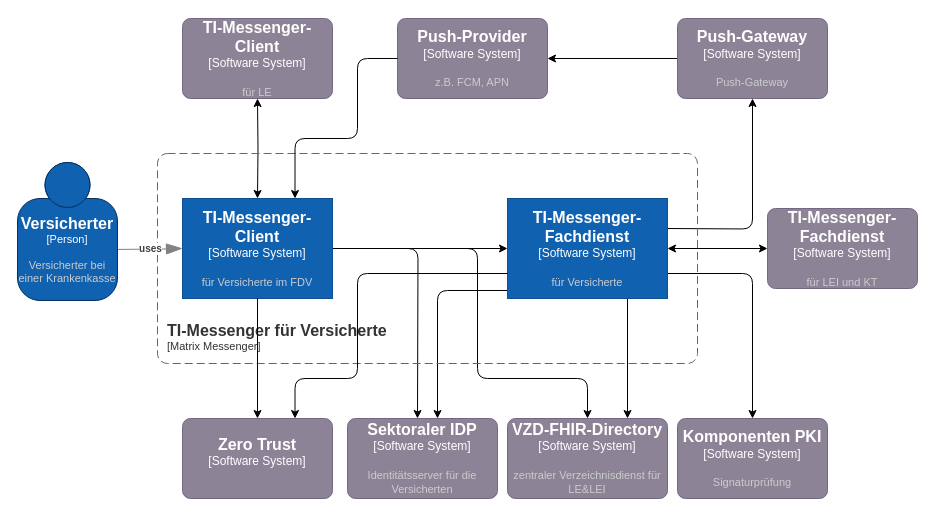
The draw.io diagram src/drawio/ePA_FDV/TI-M_Kontextabgrenzung_fdv.drawio in gematik/api-ti-messenger, before the edit. Source tidied: cells renumbered, new cells numbered last; positions are measured from the earlier drawing's top-left corner, leaving out a move shared by most shapes. Both pictures are drawn from the tidied source at 100%, with x=0, y=0 at pixel (17, 18).
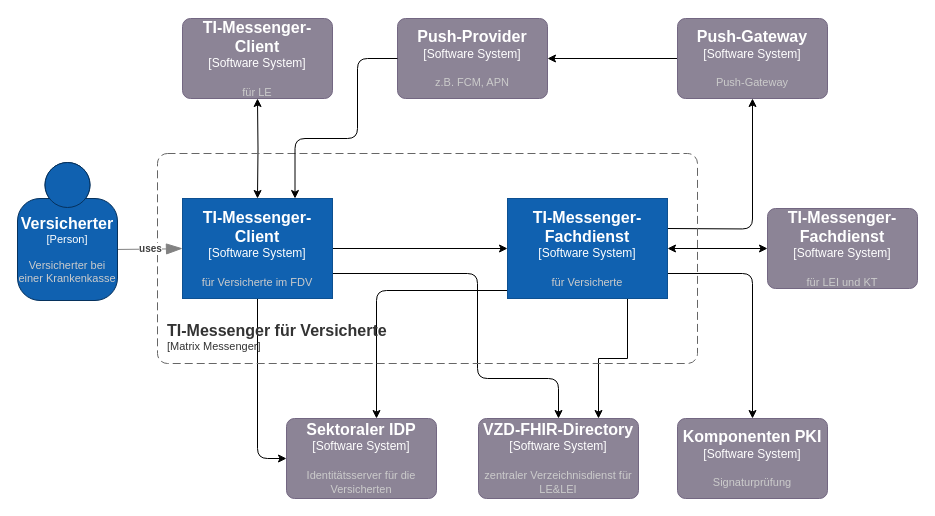
Above is the later version.

Commit message:
updated TIM-Kontextabgrenzung-fdv

The change refers to these unchanged cells:
```xml
<object id="12" label="&lt;font style=&quot;font-size: 16px&quot;&gt;&lt;b&gt;%c4Name%&lt;/b&gt;&lt;/font&gt;&lt;div&gt;[%c4Type%]&lt;/div&gt;&lt;br&gt;&lt;div&gt;&lt;font style=&quot;font-size: 11px&quot;&gt;&lt;font color=&quot;#cccccc&quot;&gt;%c4Description%&lt;/font&gt;&lt;/div&gt;" c4Description="für Versicherte im FDV" c4Name="TI-Messenger-Client" c4Type="Software System" placeholders="1">
  <mxCell style="rounded=1;whiteSpace=wrap;html=1;labelBackgroundColor=none;fillColor=#1061B0;fontColor=#ffffff;align=center;arcSize=0;strokeColor=#0D5091;points=[[0.25,0,0],[0.5,0,0],[0.75,0,0],[1,0.25,0],[1,0.5,0],[1,0.75,0],[0.75,1,0],[0.5,1,0],[0.25,1,0],[0,0.75,0],[0,0.5,0],[0,0.25,0]];imageWidth=20;imageHeight=20;" parent="1" vertex="1">
    <mxGeometry x="165" y="180" width="150" height="100" as="geometry" />
  </mxCell>
</object>
<object id="14" label="&lt;font style=&quot;font-size: 16px&quot;&gt;&lt;b&gt;%c4Name%&lt;/b&gt;&lt;/font&gt;&lt;div&gt;[%c4Type%]&lt;/div&gt;&lt;br&gt;&lt;div&gt;&lt;font style=&quot;font-size: 11px&quot;&gt;&lt;font color=&quot;#cccccc&quot;&gt;%c4Description%&lt;/font&gt;&lt;/div&gt;" c4Description="für Versicherte" c4Name="TI-Messenger-Fachdienst" c4Type="Software System" placeholders="1">
  <mxCell style="rounded=1;whiteSpace=wrap;html=1;labelBackgroundColor=none;fillColor=#1061B0;fontColor=#ffffff;align=center;arcSize=0;strokeColor=#0D5091;points=[[0.25,0,0],[0.5,0,0],[0.75,0,0],[1,0.25,0],[1,0.5,0],[1,0.75,0],[0.75,1,0],[0.5,1,0],[0.25,1,0],[0,0.75,0],[0,0.5,0],[0,0.25,0]];imageWidth=20;imageHeight=20;" parent="1" vertex="1">
    <mxGeometry x="490" y="180" width="160" height="100" as="geometry" />
  </mxCell>
</object>
```

The edit, as a diff of the source:
```diff
@@
-    <mxCell id="3" style="edgeStyle=orthogonalEdgeStyle;rounded=1;jettySize=auto;html=1;entryX=0.5;entryY=0;entryDx=0;entryDy=0;exitX=1;exitY=0.5;exitDx=0;exitDy=0;exitPerimeter=0;entryPerimeter=0;" parent="1" edge="1" source="12" target="20">
+    <mxCell id="3" style="edgeStyle=orthogonalEdgeStyle;rounded=1;jettySize=auto;html=1;exitX=1;exitY=0.75;exitDx=0;exitDy=0;exitPerimeter=0;entryX=0.5;entryY=0;entryDx=0;entryDy=0;entryPerimeter=0;" parent="1" edge="1" source="12" target="20">
       <mxGeometry relative="1" as="geometry">
         <Array as="points">
-          <mxPoint x="460" y="230" />
+          <mxPoint x="460" y="255" />
           <mxPoint x="460" y="360" />
-          <mxPoint x="570" y="360" />
+          <mxPoint x="541" y="360" />
         </Array>
       </mxGeometry>
     </mxCell>
-    <mxCell id="4" style="edgeStyle=orthogonalEdgeStyle;rounded=1;jettySize=auto;html=1;entryX=0.5;entryY=0;entryDx=0;entryDy=0;exitX=1;exitY=0.5;exitDx=0;exitDy=0;exitPerimeter=0;" parent="1" edge="1" source="12">
-      <mxGeometry relative="1" as="geometry">
-        <mxPoint x="400" y="400" as="targetPoint" />
-      </mxGeometry>
+    <mxCell id="4" style="edgeStyle=orthogonalEdgeStyle;rounded=1;jettySize=auto;html=1;entryX=0;entryY=0.5;entryDx=0;entryDy=0;exitX=0.5;exitY=1;exitDx=0;exitDy=0;exitPerimeter=0;entryPerimeter=0;" parent="1" edge="1" source="12" target="17">
+      <mxGeometry relative="1" as="geometry" />
     </mxCell>
@@
     <object id="17" label="&lt;font style=&quot;font-size: 16px&quot;&gt;&lt;b&gt;%c4Name%&lt;/b&gt;&lt;/font&gt;&lt;div&gt;[%c4Type%]&lt;/div&gt;&lt;br&gt;&lt;div&gt;&lt;font style=&quot;font-size: 11px&quot;&gt;&lt;font color=&quot;#cccccc&quot;&gt;%c4Description%&lt;/font&gt;&lt;/div&gt;" c4Description="Identitätsserver für die Versicherten" c4Name="Sektoraler IDP" c4Type="Software System" placeholders="1">
       <mxCell style="rounded=1;whiteSpace=wrap;html=1;labelBackgroundColor=none;fillColor=#8C8496;fontColor=#ffffff;align=center;arcSize=10;strokeColor=#736782;points=[[0.25,0,0],[0.5,0,0],[0.75,0,0],[1,0.25,0],[1,0.5,0],[1,0.75,0],[0.75,1,0],[0.5,1,0],[0.25,1,0],[0,0.75,0],[0,0.5,0],[0,0.25,0]];" parent="1" vertex="1">
-        <mxGeometry x="330" y="400" width="150" height="80" as="geometry" />
+        <mxGeometry x="269" y="400" width="150" height="80" as="geometry" />
       </mxCell>
     </object>
@@
     <object id="20" label="&lt;font style=&quot;font-size: 16px&quot;&gt;&lt;b&gt;%c4Name%&lt;/b&gt;&lt;/font&gt;&lt;div&gt;[%c4Type%]&lt;/div&gt;&lt;br&gt;&lt;div&gt;&lt;font style=&quot;font-size: 11px&quot;&gt;&lt;font color=&quot;#cccccc&quot;&gt;%c4Description%&lt;/font&gt;&lt;/div&gt;" c4Description="zentraler Verzeichnisdienst für LE&amp;LEI" c4Name="VZD-FHIR-Directory" c4Type="Software System" placeholders="1">
       <mxCell style="rounded=1;whiteSpace=wrap;html=1;labelBackgroundColor=none;fillColor=#8C8496;fontColor=#ffffff;align=center;arcSize=10;strokeColor=#736782;points=[[0.25,0,0],[0.5,0,0],[0.75,0,0],[1,0.25,0],[1,0.5,0],[1,0.75,0],[0.75,1,0],[0.5,1,0],[0.25,1,0],[0,0.75,0],[0,0.5,0],[0,0.25,0]];" parent="1" vertex="1">
-        <mxGeometry x="490" y="400" width="160" height="80" as="geometry" />
+        <mxGeometry x="461" y="400" width="160" height="80" as="geometry" />
       </mxCell>
     </object>
@@
-    <object id="23" label="&lt;font style=&quot;font-size: 16px&quot;&gt;&lt;b&gt;%c4Name%&lt;/b&gt;&lt;/font&gt;&lt;div&gt;[%c4Type%]&lt;/div&gt;&lt;br&gt;&lt;div&gt;&lt;font style=&quot;font-size: 11px&quot;&gt;&lt;font color=&quot;#cccccc&quot;&gt;%c4Description%&lt;/font&gt;&lt;/div&gt;" c4Description="" c4Name="Zero Trust" c4Type="Software System" placeholders="1">
-      <mxCell style="rounded=1;whiteSpace=wrap;html=1;labelBackgroundColor=none;fillColor=#8C8496;fontColor=#ffffff;align=center;arcSize=10;strokeColor=#736782;points=[[0.25,0,0],[0.5,0,0],[0.75,0,0],[1,0.25,0],[1,0.5,0],[1,0.75,0],[0.75,1,0],[0.5,1,0],[0.25,1,0],[0,0.75,0],[0,0.5,0],[0,0.25,0]];" parent="1" vertex="1">
-        <mxGeometry x="165" y="400" width="150" height="80" as="geometry" />
-      </mxCell>
-    </object>
@@
-    <mxCell id="26" style="edgeStyle=orthogonalEdgeStyle;rounded=1;jettySize=auto;html=1;entryX=0.75;entryY=0;entryDx=0;entryDy=0;entryPerimeter=0;exitX=0;exitY=0.75;exitDx=0;exitDy=0;exitPerimeter=0;" parent="1" edge="1" source="14" target="23">
-      <mxGeometry relative="1" as="geometry">
-        <Array as="points">
-          <mxPoint x="340" y="255" />
-          <mxPoint x="340" y="360" />
-          <mxPoint x="278" y="360" />
-        </Array>
-      </mxGeometry>
-    </mxCell>
-    <mxCell id="27" style="edgeStyle=orthogonalEdgeStyle;rounded=0;jettySize=auto;html=1;entryX=0.5;entryY=0;entryDx=0;entryDy=0;entryPerimeter=0;" parent="1" edge="1" source="12" target="23">
-      <mxGeometry relative="1" as="geometry" />
-    </mxCell>
```
